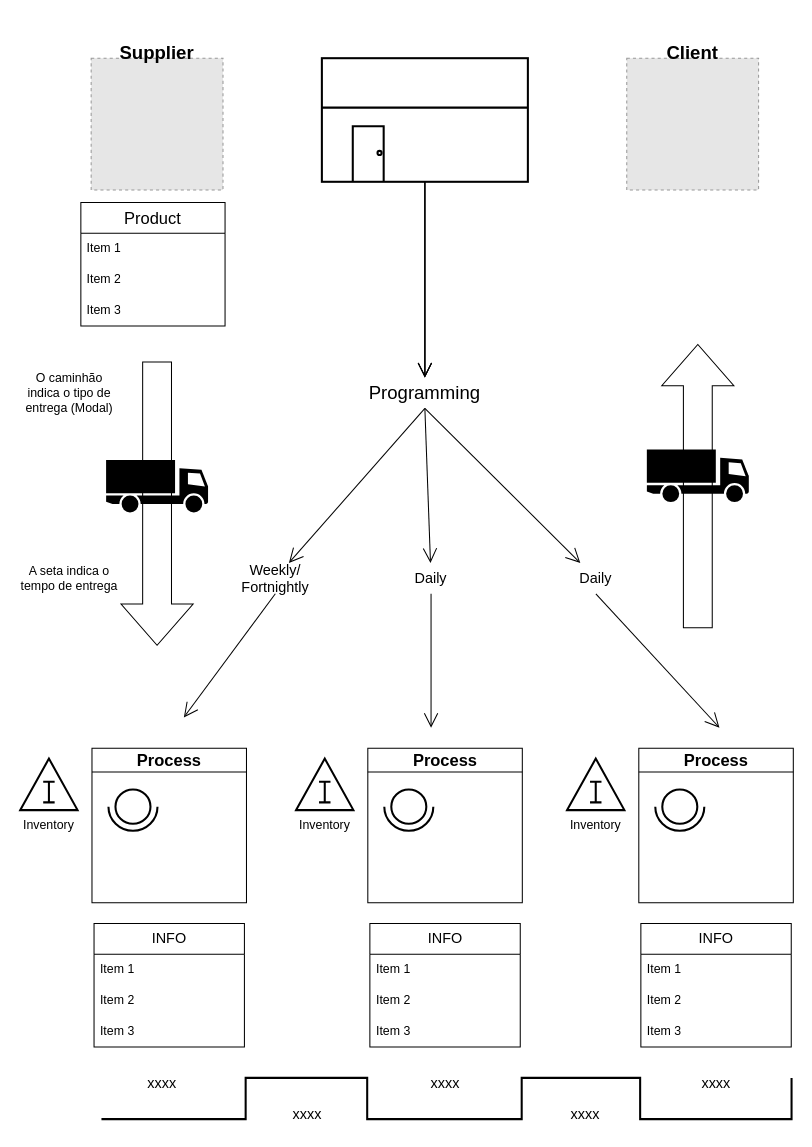
This is logistica/fluxo_produtos1.drawio from TonAndrade/projects, a draw.io file, before an edit. Source tidied: cells renumbered, new cells numbered last; positions are measured from the earlier drawing's top-left corner, leaving out a move shared by most shapes. Both pictures are drawn from the tidied source at 103%, with x=0, y=0 at pixel (18, 37). Pictures stored in the file or linked from it are replaced by grey dashed boxes.
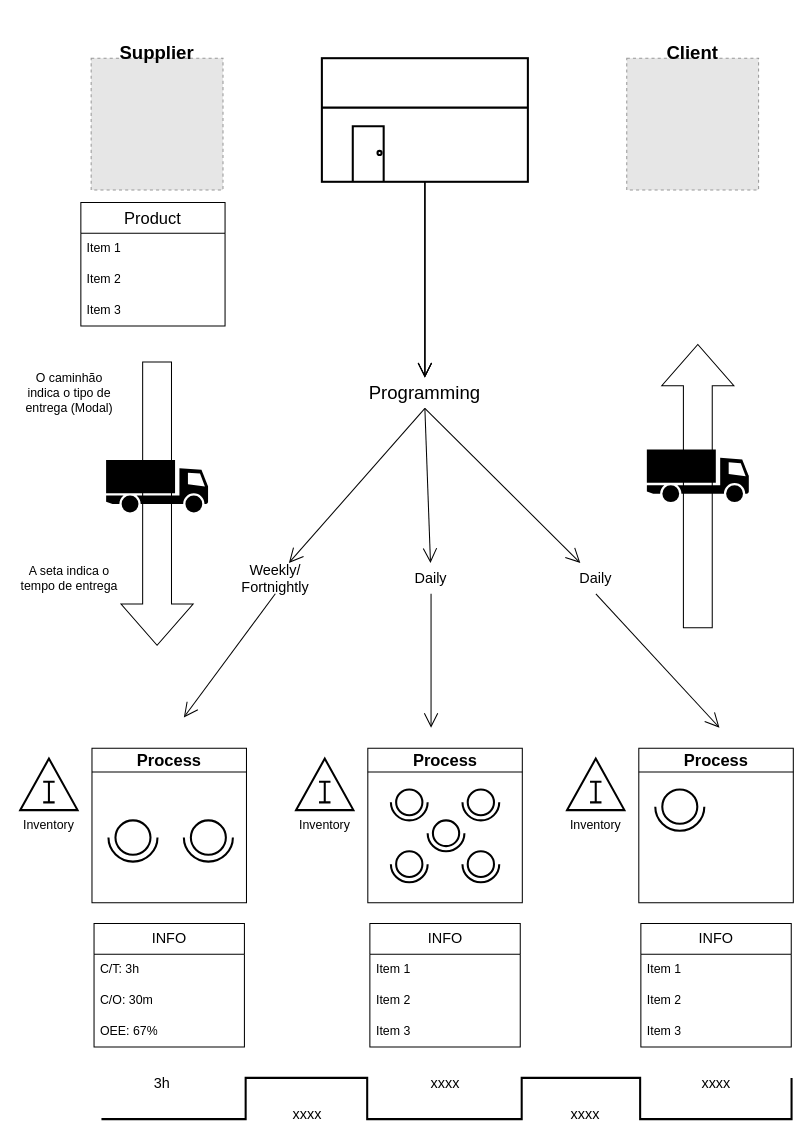
After the change.

Unchanged cells that the change refers to:
```xml
<mxCell id="15" value="&lt;font style=&quot;font-size: 16px;&quot;&gt;Process&lt;/font&gt;" style="swimlane;whiteSpace=wrap;html=1;" parent="1" vertex="1">
  <mxGeometry x="71.8" y="690" width="150" height="150" as="geometry" />
</mxCell>
<mxCell id="20" value="&lt;font style=&quot;font-size: 14px;&quot;&gt;INFO&lt;/font&gt;" style="swimlane;fontStyle=0;horizontal=1;startSize=30;whiteSpace=wrap;html=1;" parent="1" vertex="1">
  <mxGeometry x="73.8" y="860" width="146" height="120" as="geometry" />
</mxCell>
<mxCell id="24" value="&lt;font style=&quot;font-size: 16px;&quot;&gt;Process&lt;/font&gt;" style="swimlane;whiteSpace=wrap;html=1;" parent="1" vertex="1">
  <mxGeometry x="339.6" y="690" width="150" height="150" as="geometry" />
</mxCell>
```

What changed in the source:
```diff
@@
     <mxCell id="16" style="verticalLabelPosition=bottom;html=1;verticalAlign=top;strokeWidth=2;shape=mxgraph.lean_mapping.operator;" parent="15" vertex="1">
-      <mxGeometry x="16" y="40" width="47.6" height="40" as="geometry" />
+      <mxGeometry x="16" y="70" width="47.6" height="40" as="geometry" />
     </mxCell>
+    <mxCell id="63" style="verticalLabelPosition=bottom;html=1;verticalAlign=top;strokeWidth=2;shape=mxgraph.lean_mapping.operator;" parent="15" vertex="1">
+      <mxGeometry x="89.2" y="70" width="47.6" height="40" as="geometry" />
+    </mxCell>
@@
-    <mxCell id="21" value="Item 1" style="text;strokeColor=none;fillColor=none;align=left;verticalAlign=middle;spacingLeft=4;spacingRight=4;overflow=hidden;whiteSpace=wrap;html=1;" parent="20" vertex="1">
+    <mxCell id="21" value="C/T: 3h" style="text;strokeColor=none;fillColor=none;align=left;verticalAlign=middle;spacingLeft=4;spacingRight=4;overflow=hidden;whiteSpace=wrap;html=1;" parent="20" vertex="1">
       <mxGeometry y="30" width="146" height="30" as="geometry" />
     </mxCell>
-    <mxCell id="22" value="Item 2" style="text;strokeColor=none;fillColor=none;align=left;verticalAlign=middle;spacingLeft=4;spacingRight=4;overflow=hidden;whiteSpace=wrap;html=1;" parent="20" vertex="1">
+    <mxCell id="22" value="C/O: 30m" style="text;strokeColor=none;fillColor=none;align=left;verticalAlign=middle;spacingLeft=4;spacingRight=4;overflow=hidden;whiteSpace=wrap;html=1;" parent="20" vertex="1">
       <mxGeometry y="60" width="146" height="30" as="geometry" />
     </mxCell>
-    <mxCell id="23" value="Item 3" style="text;strokeColor=none;fillColor=none;align=left;verticalAlign=middle;spacingLeft=4;spacingRight=4;overflow=hidden;whiteSpace=wrap;html=1;" parent="20" vertex="1">
+    <mxCell id="23" value="OEE: 67%" style="text;strokeColor=none;fillColor=none;align=left;verticalAlign=middle;spacingLeft=4;spacingRight=4;overflow=hidden;whiteSpace=wrap;html=1;" parent="20" vertex="1">
       <mxGeometry y="90" width="146" height="30" as="geometry" />
     </mxCell>
@@
     <mxCell id="25" style="verticalLabelPosition=bottom;html=1;verticalAlign=top;strokeWidth=2;shape=mxgraph.lean_mapping.operator;" parent="24" vertex="1">
-      <mxGeometry x="16" y="40" width="47.6" height="40" as="geometry" />
+      <mxGeometry x="22.4" y="40" width="35.7" height="30" as="geometry" />
     </mxCell>
+    <mxCell id="64" style="verticalLabelPosition=bottom;html=1;verticalAlign=top;strokeWidth=2;shape=mxgraph.lean_mapping.operator;" parent="24" vertex="1">
+      <mxGeometry x="91.9" y="40" width="35.7" height="30" as="geometry" />
+    </mxCell>
+    <mxCell id="65" style="verticalLabelPosition=bottom;html=1;verticalAlign=top;strokeWidth=2;shape=mxgraph.lean_mapping.operator;" parent="24" vertex="1">
+      <mxGeometry x="91.9" y="100" width="35.7" height="30" as="geometry" />
+    </mxCell>
+    <mxCell id="66" style="verticalLabelPosition=bottom;html=1;verticalAlign=top;strokeWidth=2;shape=mxgraph.lean_mapping.operator;" parent="24" vertex="1">
+      <mxGeometry x="22.4" y="100" width="35.7" height="30" as="geometry" />
+    </mxCell>
+    <mxCell id="67" style="verticalLabelPosition=bottom;html=1;verticalAlign=top;strokeWidth=2;shape=mxgraph.lean_mapping.operator;" parent="24" vertex="1">
+      <mxGeometry x="58.1" y="70" width="35.7" height="30" as="geometry" />
+    </mxCell>
@@
-    <mxCell id="51" value="xxxx" style="text;html=1;align=center;verticalAlign=middle;whiteSpace=wrap;rounded=0;fontSize=14;" parent="1" vertex="1">
+    <mxCell id="51" value="3h" style="text;html=1;align=center;verticalAlign=middle;whiteSpace=wrap;rounded=0;fontSize=14;" parent="1" vertex="1">
       <mxGeometry x="110" y="1000" width="60" height="30" as="geometry" />
     </mxCell>
```
